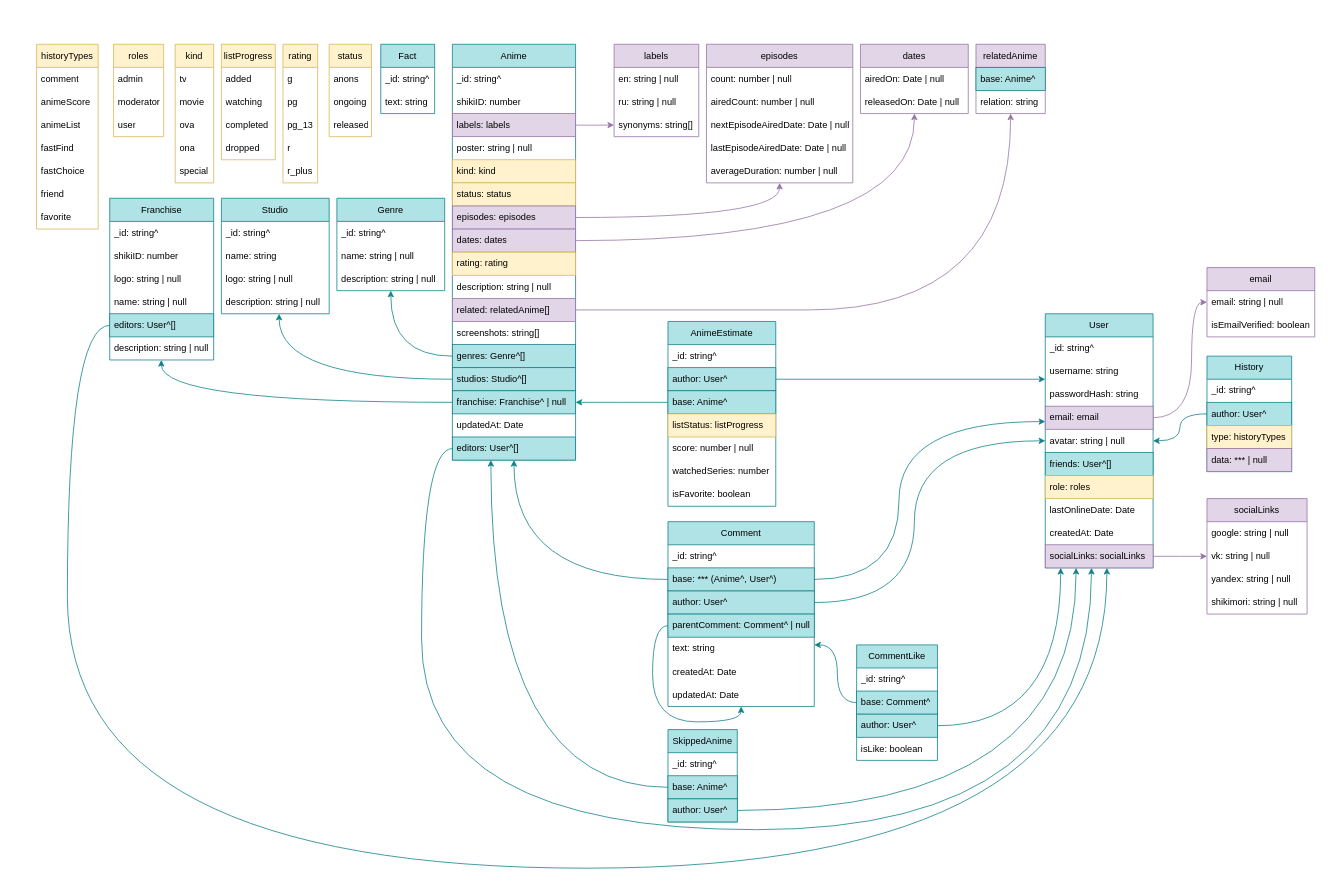
Before: public/biskyBD.drawio in AmyGrooove/bisky-script, a draw.io diagram. Source tidied: cells renumbered, new cells numbered last; positions are measured from the earlier drawing's top-left corner, leaving out a move shared by most shapes. Both pictures are drawn from the tidied source at 77%, with x=0, y=0 at pixel (36, 44).
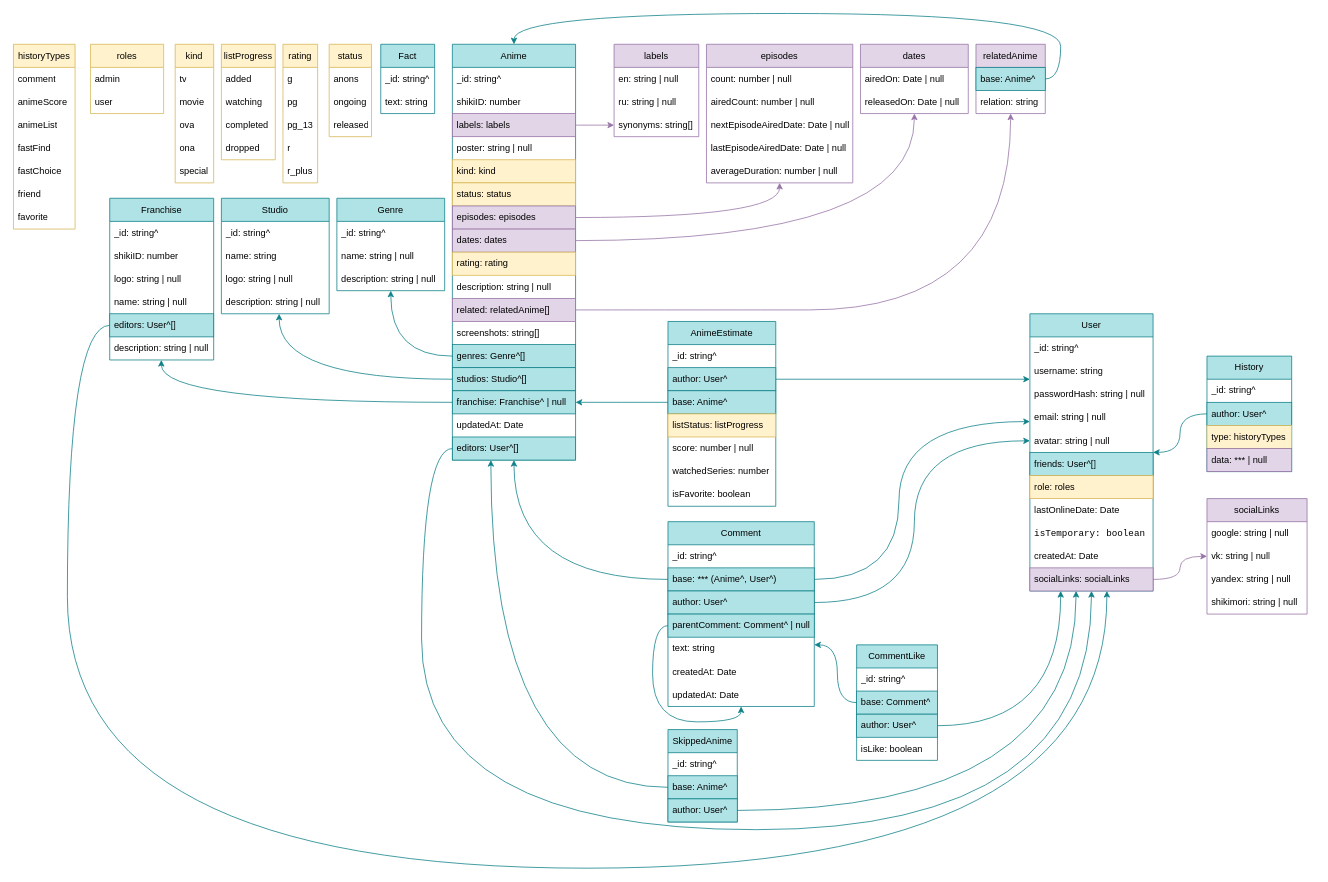
The same page after the edit.

The change refers to these unchanged cells:
```xml
<mxCell id="30" value="Anime" style="swimlane;fontStyle=0;horizontal=1;startSize=30;whiteSpace=wrap;html=1;fillColor=#b0e3e6;strokeColor=#0e8088;" parent="1" vertex="1">
  <mxGeometry x="540" width="160" height="540" as="geometry" />
</mxCell>
<mxCell id="112" value="&lt;div style=&quot;text-align: center;&quot;&gt;&lt;span style=&quot;background-color: initial;&quot;&gt;base: Anime^&lt;/span&gt;&lt;/div&gt;" style="text;strokeColor=#0E8088;fillColor=#b0e3e6;align=left;verticalAlign=middle;spacingLeft=4;spacingRight=4;overflow=hidden;points=[[0,0.5],[1,0.5]];portConstraint=eastwest;whiteSpace=wrap;html=1;" parent="111" vertex="1">
  <mxGeometry y="30" width="90" height="30" as="geometry" />
</mxCell>
```

The edit, as a diff of the source:
```diff
@@
     <mxCell id="90" value="User" style="swimlane;fontStyle=0;horizontal=1;startSize=30;whiteSpace=wrap;html=1;fillColor=#b0e3e6;strokeColor=#0e8088;" parent="1" vertex="1">
-      <mxGeometry x="1310" y="350" width="140" height="330" as="geometry" />
+      <mxGeometry x="1290" y="350" width="160" height="360" as="geometry" />
     </mxCell>
     <mxCell id="91" value="_id: string^" style="text;strokeColor=none;fillColor=none;align=left;verticalAlign=middle;spacingLeft=4;spacingRight=4;overflow=hidden;whiteSpace=wrap;html=1;" parent="90" vertex="1">
-      <mxGeometry y="30" width="140" height="30" as="geometry" />
+      <mxGeometry y="30" width="160" height="30" as="geometry" />
     </mxCell>
     <mxCell id="92" value="username: string" style="text;strokeColor=none;fillColor=none;align=left;verticalAlign=middle;spacingLeft=4;spacingRight=4;overflow=hidden;whiteSpace=wrap;html=1;" parent="90" vertex="1">
-      <mxGeometry y="60" width="140" height="30" as="geometry" />
+      <mxGeometry y="60" width="160" height="30" as="geometry" />
     </mxCell>
-    <mxCell id="93" value="passwordHash: string" style="text;strokeColor=none;fillColor=none;align=left;verticalAlign=middle;spacingLeft=4;spacingRight=4;overflow=hidden;whiteSpace=wrap;html=1;" parent="90" vertex="1">
-      <mxGeometry y="90" width="140" height="30" as="geometry" />
+    <mxCell id="93" value="passwordHash: string | null" style="text;strokeColor=none;fillColor=none;align=left;verticalAlign=middle;spacingLeft=4;spacingRight=4;overflow=hidden;whiteSpace=wrap;html=1;" parent="90" vertex="1">
+      <mxGeometry y="90" width="160" height="30" as="geometry" />
     </mxCell>
-    <mxCell id="94" value="&lt;div style=&quot;text-align: center;&quot;&gt;&lt;span style=&quot;background-color: transparent; color: light-dark(rgb(0, 0, 0), rgb(255, 255, 255));&quot;&gt;email: email&lt;/span&gt;&lt;/div&gt;" style="text;strokeColor=#9673a6;fillColor=#e1d5e7;align=left;verticalAlign=middle;spacingLeft=4;spacingRight=4;overflow=hidden;points=[[0,0.5],[1,0.5]];portConstraint=eastwest;whiteSpace=wrap;html=1;" parent="90" vertex="1">
-      <mxGeometry y="120" width="140" height="30" as="geometry" />
-    </mxCell>
+    <mxCell id="156" value="email: string | null" style="text;strokeColor=none;fillColor=none;align=left;verticalAlign=middle;spacingLeft=4;spacingRight=4;overflow=hidden;whiteSpace=wrap;html=1;" parent="90" vertex="1">
+      <mxGeometry y="120" width="160" height="30" as="geometry" />
+    </mxCell>
     <mxCell id="95" value="avatar: string | null" style="text;strokeColor=none;fillColor=none;align=left;verticalAlign=middle;spacingLeft=4;spacingRight=4;overflow=hidden;whiteSpace=wrap;html=1;" parent="90" vertex="1">
-      <mxGeometry y="150" width="140" height="30" as="geometry" />
+      <mxGeometry y="150" width="160" height="30" as="geometry" />
     </mxCell>
     <mxCell id="96" value="&lt;div style=&quot;text-align: center;&quot;&gt;&lt;span style=&quot;background-color: initial;&quot;&gt;friends: User^[]&lt;/span&gt;&lt;/div&gt;" style="text;strokeColor=#0e8088;fillColor=#b0e3e6;align=left;verticalAlign=middle;spacingLeft=4;spacingRight=4;overflow=hidden;whiteSpace=wrap;html=1;" parent="90" vertex="1">
-      <mxGeometry y="180" width="140" height="30" as="geometry" />
+      <mxGeometry y="180" width="160" height="30" as="geometry" />
     </mxCell>
     <mxCell id="97" value="role: roles" style="text;strokeColor=#d6b656;fillColor=#fff2cc;align=left;verticalAlign=middle;spacingLeft=4;spacingRight=4;overflow=hidden;whiteSpace=wrap;html=1;" parent="90" vertex="1">
-      <mxGeometry y="210" width="140" height="30" as="geometry" />
+      <mxGeometry y="210" width="160" height="30" as="geometry" />
     </mxCell>
     <mxCell id="98" value="lastOnlineDate: Date" style="text;strokeColor=none;fillColor=none;align=left;verticalAlign=middle;spacingLeft=4;spacingRight=4;overflow=hidden;whiteSpace=wrap;html=1;" parent="90" vertex="1">
-      <mxGeometry y="240" width="140" height="30" as="geometry" />
+      <mxGeometry y="240" width="160" height="30" as="geometry" />
     </mxCell>
+    <mxCell id="159" value="&lt;code&gt;isTemporary: boolean&lt;/code&gt;" style="text;strokeColor=none;fillColor=none;align=left;verticalAlign=middle;spacingLeft=4;spacingRight=4;overflow=hidden;whiteSpace=wrap;html=1;" parent="90" vertex="1">
+      <mxGeometry y="270" width="160" height="30" as="geometry" />
+    </mxCell>
     <mxCell id="99" value="createdAt: Date" style="text;strokeColor=none;fillColor=none;align=left;verticalAlign=middle;spacingLeft=4;spacingRight=4;overflow=hidden;whiteSpace=wrap;html=1;" parent="90" vertex="1">
-      <mxGeometry y="270" width="140" height="30" as="geometry" />
+      <mxGeometry y="300" width="160" height="30" as="geometry" />
     </mxCell>
     <mxCell id="100" value="&lt;span style=&quot;text-align: center;&quot;&gt;socialLinks:&amp;nbsp;&lt;/span&gt;&lt;span style=&quot;text-align: center;&quot;&gt;socialLinks&lt;/span&gt;" style="text;strokeColor=#9673a6;fillColor=#e1d5e7;align=left;verticalAlign=middle;spacingLeft=4;spacingRight=4;overflow=hidden;points=[[0,0.5],[1,0.5]];portConstraint=eastwest;whiteSpace=wrap;html=1;" parent="90" vertex="1">
-      <mxGeometry y="300" width="140" height="30" as="geometry" />
+      <mxGeometry y="330" width="160" height="30" as="geometry" />
     </mxCell>
@@
     <mxCell id="115" value="&lt;span style=&quot;text-align: left;&quot;&gt;roles&lt;/span&gt;" style="swimlane;fontStyle=0;horizontal=1;startSize=30;whiteSpace=wrap;html=1;fillColor=#fff2cc;strokeColor=#d6b656;" parent="1" vertex="1">
-      <mxGeometry x="100" width="65" height="120" as="geometry" />
+      <mxGeometry x="70" width="95" height="90" as="geometry" />
     </mxCell>
     <mxCell id="116" value="admin" style="text;strokeColor=none;fillColor=none;align=left;verticalAlign=middle;spacingLeft=4;spacingRight=4;overflow=hidden;whiteSpace=wrap;html=1;" parent="115" vertex="1">
-      <mxGeometry y="30" width="65" height="30" as="geometry" />
+      <mxGeometry y="30" width="95" height="30" as="geometry" />
     </mxCell>
-    <mxCell id="117" value="moderator" style="text;strokeColor=none;fillColor=none;align=left;verticalAlign=middle;spacingLeft=4;spacingRight=4;overflow=hidden;whiteSpace=wrap;html=1;" parent="115" vertex="1">
-      <mxGeometry y="60" width="65" height="30" as="geometry" />
-    </mxCell>
     <mxCell id="118" value="user" style="text;strokeColor=none;fillColor=none;align=left;verticalAlign=middle;spacingLeft=4;spacingRight=4;overflow=hidden;whiteSpace=wrap;html=1;" parent="115" vertex="1">
-      <mxGeometry y="90" width="65" height="30" as="geometry" />
+      <mxGeometry y="60" width="95" height="30" as="geometry" />
     </mxCell>
@@
     <mxCell id="144" value="&lt;span style=&quot;text-align: left;&quot;&gt;historyTypes&lt;/span&gt;" style="swimlane;fontStyle=0;horizontal=1;startSize=30;whiteSpace=wrap;html=1;fillColor=#fff2cc;strokeColor=#d6b656;" parent="1" vertex="1">
-      <mxGeometry width="80" height="240" as="geometry" />
+      <mxGeometry x="-30" width="80" height="240" as="geometry" />
     </mxCell>
@@
-    <mxCell id="155" value="email" style="swimlane;fontStyle=0;horizontal=1;startSize=30;whiteSpace=wrap;html=1;fillColor=#e1d5e7;strokeColor=#9673a6;" parent="1" vertex="1">
-      <mxGeometry x="1520" y="290" width="140" height="90" as="geometry" />
-    </mxCell>
-    <mxCell id="156" value="email: string | null" style="text;strokeColor=none;fillColor=none;align=left;verticalAlign=middle;spacingLeft=4;spacingRight=4;overflow=hidden;whiteSpace=wrap;html=1;" parent="155" vertex="1">
-      <mxGeometry y="30" width="140" height="30" as="geometry" />
-    </mxCell>
-    <mxCell id="157" value="isEmailVerified: boolean" style="text;strokeColor=none;fillColor=none;align=left;verticalAlign=middle;spacingLeft=4;spacingRight=4;overflow=hidden;whiteSpace=wrap;html=1;" parent="155" vertex="1">
-      <mxGeometry y="60" width="140" height="30" as="geometry" />
-    </mxCell>
-    <mxCell id="158" style="edgeStyle=orthogonalEdgeStyle;rounded=0;jettySize=auto;html=1;curved=1;strokeColor=#9673A6;" parent="1" edge="1" source="94" target="155">
-      <mxGeometry relative="1" as="geometry">
-        <Array as="points">
-          <mxPoint x="1500" y="485" />
-          <mxPoint x="1500" y="335" />
-        </Array>
-      </mxGeometry>
-    </mxCell>
+    <mxCell id="160" style="edgeStyle=orthogonalEdgeStyle;rounded=0;jettySize=auto;html=1;curved=1;strokeColor=#0E8088;" parent="1" edge="1" source="112" target="30">
+      <mxGeometry relative="1" as="geometry">
+        <Array as="points">
+          <mxPoint x="1330" y="45" />
+          <mxPoint x="1330" y="-40" />
+          <mxPoint x="620" y="-40" />
+        </Array>
+      </mxGeometry>
+    </mxCell>
```
